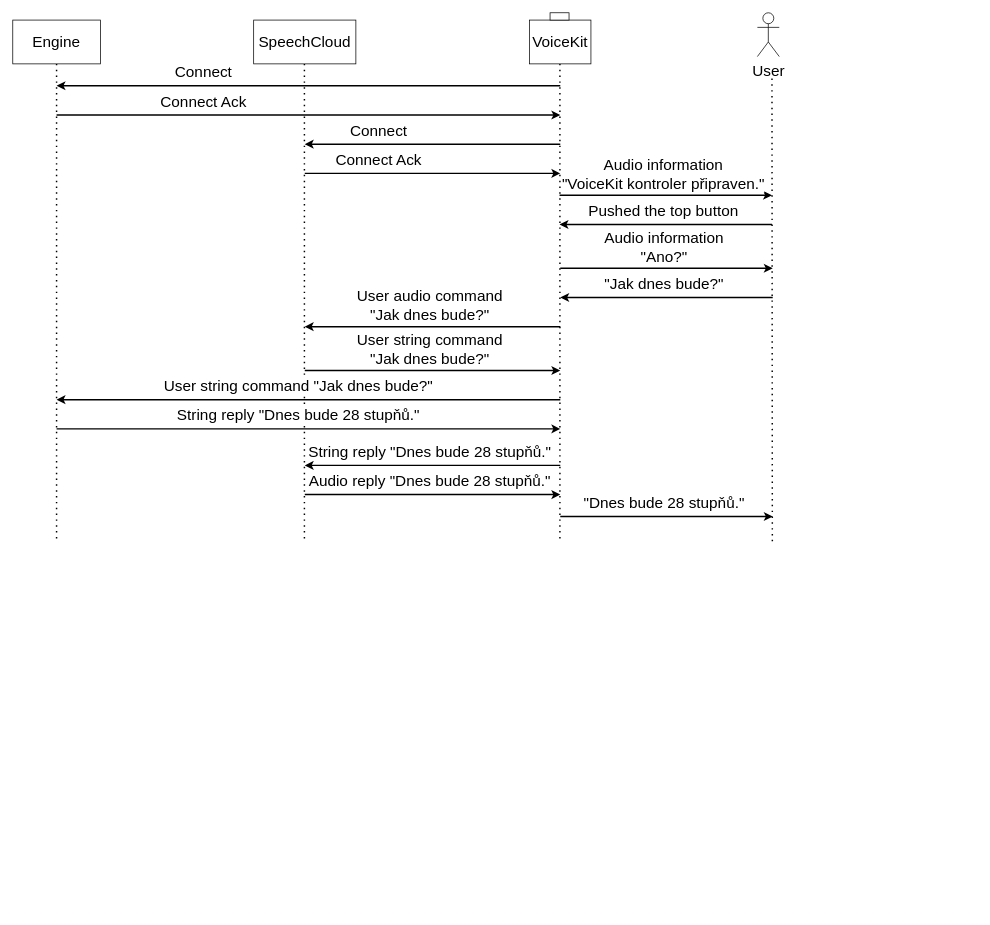
The draw.io diagram egs/voicehome/doc/thesis/img/message_flow.drawio in kitt10/iot, before the edit. Source tidied: cells renumbered, new cells numbered last; positions are measured from the earlier drawing's top-left corner, leaving out a move shared by most shapes. Both pictures are drawn from the tidied source at 73%, with x=0, y=0 at pixel (12, 12).
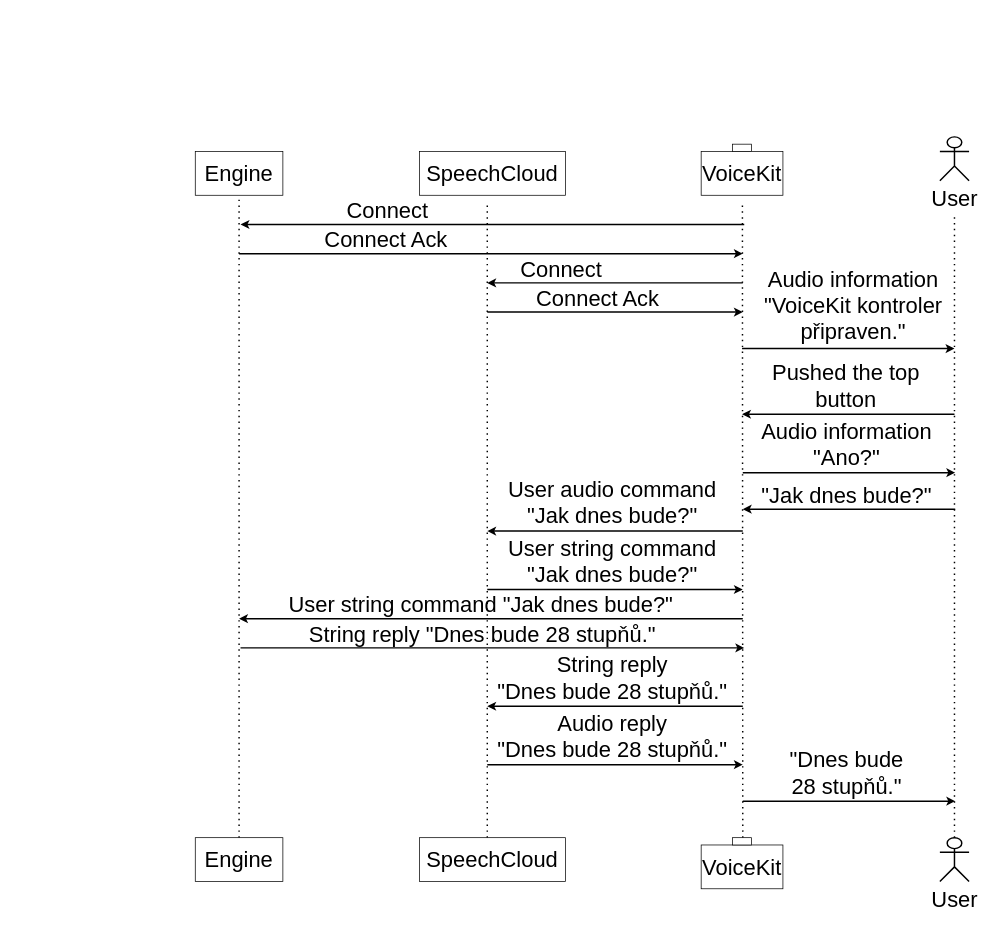
The same page after the edit.

The edit, as a diff of the source:
```diff
@@
-    <mxCell id="2" value="Engine" style="rounded=0;whiteSpace=wrap;html=1;fontSize=21;" parent="1" vertex="1">
-      <mxGeometry y="10" width="120" height="60" as="geometry" />
-    </mxCell>
-    <mxCell id="3" value="SpeechCloud" style="rounded=0;whiteSpace=wrap;html=1;fontSize=21;" parent="1" vertex="1">
-      <mxGeometry x="330" y="10" width="140" height="60" as="geometry" />
-    </mxCell>
-    <mxCell id="4" value="VoiceKit" style="rounded=0;whiteSpace=wrap;html=1;fontSize=21;" parent="1" vertex="1">
-      <mxGeometry x="708" y="10" width="84" height="60" as="geometry" />
-    </mxCell>
-    <mxCell id="5" value="User" style="shape=umlActor;verticalLabelPosition=bottom;verticalAlign=top;html=1;fontSize=21;" parent="1" vertex="1">
-      <mxGeometry x="1020" width="30" height="60" as="geometry" />
-    </mxCell>
-    <mxCell id="6" style="endArrow=none;dashed=1;html=1;dashPattern=1 3;strokeWidth=2;entryX=0.5;entryY=1;entryDx=0;entryDy=0;" parent="1" edge="1" target="2">
-      <mxGeometry relative="1" as="geometry">
-        <mxPoint x="60" y="720" as="sourcePoint" />
-      </mxGeometry>
-    </mxCell>
-    <mxCell id="7" style="endArrow=none;dashed=1;html=1;dashPattern=1 3;strokeWidth=2;entryX=0.5;entryY=1;entryDx=0;entryDy=0;" parent="1" edge="1">
-      <mxGeometry relative="1" as="geometry">
-        <mxPoint x="399.5" y="720" as="sourcePoint" />
-        <mxPoint x="399.5" y="70" as="targetPoint" />
-      </mxGeometry>
-    </mxCell>
-    <mxCell id="8" style="endArrow=none;dashed=1;html=1;dashPattern=1 3;strokeWidth=2;entryX=0.5;entryY=1;entryDx=0;entryDy=0;" parent="1" edge="1">
-      <mxGeometry relative="1" as="geometry">
-        <mxPoint x="749.5" y="720" as="sourcePoint" />
-        <mxPoint x="749.5" y="70" as="targetPoint" />
-      </mxGeometry>
-    </mxCell>
-    <mxCell id="9" style="endArrow=none;dashed=1;html=1;dashPattern=1 3;strokeWidth=2;entryX=0.5;entryY=1;entryDx=0;entryDy=0;" parent="1" edge="1">
-      <mxGeometry relative="1" as="geometry">
-        <mxPoint x="1040.5" y="724" as="sourcePoint" />
-        <mxPoint x="1040" y="90" as="targetPoint" />
-      </mxGeometry>
-    </mxCell>
-    <mxCell id="10" style="rounded=0;whiteSpace=wrap;html=1;fontSize=21;" parent="1" vertex="1">
-      <mxGeometry x="736" width="26" height="10" as="geometry" />
-    </mxCell>
-    <mxCell id="11" style="endArrow=classic;html=1;fontSize=21;strokeWidth=2;" parent="1" edge="1">
-      <mxGeometry relative="1" as="geometry">
-        <mxPoint x="750" y="100" as="sourcePoint" />
-        <mxPoint x="60" y="100" as="targetPoint" />
-      </mxGeometry>
-    </mxCell>
-    <mxCell id="12" value="Connect" style="edgeLabel;html=1;align=center;verticalAlign=middle;fontSize=21;" parent="11" vertex="1">
-      <mxGeometry x="0.43" relative="1" as="geometry">
-        <mxPoint x="3" y="-20" as="offset" />
-      </mxGeometry>
-    </mxCell>
-    <mxCell id="13" style="endArrow=classic;html=1;fontSize=21;strokeWidth=2;" parent="1" edge="1">
-      <mxGeometry relative="1" as="geometry">
-        <mxPoint x="60" y="140" as="sourcePoint" />
-        <mxPoint x="750" y="140" as="targetPoint" />
-      </mxGeometry>
-    </mxCell>
-    <mxCell id="14" value="Connect Ack" style="edgeLabel;html=1;align=center;verticalAlign=middle;fontSize=21;" parent="13" vertex="1">
-      <mxGeometry x="0.43" relative="1" as="geometry">
-        <mxPoint x="-293" y="-20" as="offset" />
-      </mxGeometry>
-    </mxCell>
-    <mxCell id="15" style="endArrow=classic;html=1;fontSize=21;strokeWidth=2;" parent="1" edge="1">
-      <mxGeometry relative="1" as="geometry">
-        <mxPoint x="750" y="180" as="sourcePoint" />
-        <mxPoint x="400" y="180" as="targetPoint" />
-      </mxGeometry>
-    </mxCell>
-    <mxCell id="16" value="Connect" style="edgeLabel;html=1;align=center;verticalAlign=middle;fontSize=21;" parent="15" vertex="1">
-      <mxGeometry x="0.43" relative="1" as="geometry">
-        <mxPoint y="-20" as="offset" />
-      </mxGeometry>
-    </mxCell>
-    <mxCell id="17" style="endArrow=classic;html=1;fontSize=21;strokeWidth=2;" parent="1" edge="1">
-      <mxGeometry relative="1" as="geometry">
-        <mxPoint x="400" y="220" as="sourcePoint" />
-        <mxPoint x="750" y="220" as="targetPoint" />
-      </mxGeometry>
-    </mxCell>
-    <mxCell id="18" value="Connect Ack" style="edgeLabel;html=1;align=center;verticalAlign=middle;fontSize=21;" parent="17" vertex="1">
-      <mxGeometry x="0.43" relative="1" as="geometry">
-        <mxPoint x="-150" y="-20" as="offset" />
-      </mxGeometry>
-    </mxCell>
-    <mxCell id="19" style="endArrow=classic;html=1;fontSize=21;strokeWidth=2;" parent="1" edge="1">
-      <mxGeometry relative="1" as="geometry">
-        <mxPoint x="749" y="250" as="sourcePoint" />
-        <mxPoint x="1040" y="250" as="targetPoint" />
-      </mxGeometry>
-    </mxCell>
+    <mxCell id="41" value="Engine" style="rounded=0;whiteSpace=wrap;html=1;fontSize=30;" parent="1" vertex="1">
+      <mxGeometry x="250" y="190" width="120" height="60" as="geometry" />
+    </mxCell>
+    <mxCell id="42" value="SpeechCloud" style="rounded=0;whiteSpace=wrap;html=1;fontSize=30;" parent="1" vertex="1">
+      <mxGeometry x="557" y="190" width="200" height="60" as="geometry" />
+    </mxCell>
+    <mxCell id="43" value="VoiceKit" style="rounded=0;whiteSpace=wrap;html=1;fontSize=30;" parent="1" vertex="1">
+      <mxGeometry x="943" y="190" width="112" height="60" as="geometry" />
+    </mxCell>
+    <mxCell id="44" value="User" style="shape=umlActor;verticalLabelPosition=bottom;verticalAlign=top;html=1;fontSize=30;strokeWidth=2;" parent="1" vertex="1">
+      <mxGeometry x="1270" y="170" width="40" height="60" as="geometry" />
+    </mxCell>
+    <mxCell id="45" style="endArrow=none;dashed=1;html=1;dashPattern=1 3;strokeWidth=2;entryX=0.5;entryY=1;entryDx=0;entryDy=0;fontSize=30;" parent="1" edge="1" target="41">
+      <mxGeometry relative="1" as="geometry">
+        <mxPoint x="310" y="1130" as="sourcePoint" />
+      </mxGeometry>
+    </mxCell>
+    <mxCell id="46" style="endArrow=none;dashed=1;html=1;dashPattern=1 3;strokeWidth=2;fontSize=30;" parent="1" edge="1">
+      <mxGeometry relative="1" as="geometry">
+        <mxPoint x="650" y="1130" as="sourcePoint" />
+        <mxPoint x="650" y="260" as="targetPoint" />
+      </mxGeometry>
+    </mxCell>
+    <mxCell id="47" style="endArrow=none;dashed=1;html=1;dashPattern=1 3;strokeWidth=2;entryX=0.5;entryY=1;entryDx=0;entryDy=0;fontSize=30;" parent="1" edge="1">
+      <mxGeometry relative="1" as="geometry">
+        <mxPoint x="1000" y="1130" as="sourcePoint" />
+        <mxPoint x="999.5" y="260" as="targetPoint" />
+      </mxGeometry>
+    </mxCell>
+    <mxCell id="48" style="endArrow=none;dashed=1;html=1;dashPattern=1 3;strokeWidth=2;entryX=0.5;entryY=1;entryDx=0;entryDy=0;fontSize=30;" parent="1" edge="1">
+      <mxGeometry relative="1" as="geometry">
+        <mxPoint x="1290" y="1130" as="sourcePoint" />
+        <mxPoint x="1290" y="280" as="targetPoint" />
+      </mxGeometry>
+    </mxCell>
+    <mxCell id="49" style="rounded=0;whiteSpace=wrap;html=1;fontSize=30;" parent="1" vertex="1">
+      <mxGeometry x="986" y="180" width="26" height="10" as="geometry" />
+    </mxCell>
+    <mxCell id="50" style="endArrow=classic;html=1;fontSize=30;strokeWidth=2;labelBackgroundColor=none;" parent="1" edge="1">
+      <mxGeometry relative="1" as="geometry">
+        <mxPoint x="1002" y="290" as="sourcePoint" />
+        <mxPoint x="312" y="290" as="targetPoint" />
+      </mxGeometry>
+    </mxCell>
+    <mxCell id="51" value="Connect" style="edgeLabel;html=1;align=center;verticalAlign=middle;fontSize=30;labelBackgroundColor=none;" parent="50" vertex="1">
+      <mxGeometry x="0.43" relative="1" as="geometry">
+        <mxPoint x="3" y="-20" as="offset" />
+      </mxGeometry>
+    </mxCell>
+    <mxCell id="52" style="endArrow=classic;html=1;fontSize=30;strokeWidth=2;labelBackgroundColor=none;" parent="1" edge="1">
+      <mxGeometry relative="1" as="geometry">
+        <mxPoint x="310" y="330" as="sourcePoint" />
+        <mxPoint x="1000" y="330" as="targetPoint" />
+      </mxGeometry>
+    </mxCell>
+    <mxCell id="53" value="Connect Ack" style="edgeLabel;html=1;align=center;verticalAlign=middle;fontSize=30;labelBackgroundColor=none;" parent="52" vertex="1">
+      <mxGeometry x="0.43" relative="1" as="geometry">
+        <mxPoint x="-293" y="-20" as="offset" />
+      </mxGeometry>
+    </mxCell>
+    <mxCell id="54" style="endArrow=classic;html=1;fontSize=30;strokeWidth=2;labelBackgroundColor=none;" parent="1" edge="1">
+      <mxGeometry relative="1" as="geometry">
+        <mxPoint x="1000" y="370" as="sourcePoint" />
+        <mxPoint x="650" y="370" as="targetPoint" />
+      </mxGeometry>
+    </mxCell>
+    <mxCell id="55" value="Connect" style="edgeLabel;html=1;align=center;verticalAlign=middle;fontSize=30;labelBackgroundColor=none;" parent="54" vertex="1">
+      <mxGeometry x="0.43" relative="1" as="geometry">
+        <mxPoint y="-20" as="offset" />
+      </mxGeometry>
+    </mxCell>
+    <mxCell id="56" style="endArrow=classic;html=1;fontSize=30;strokeWidth=2;labelBackgroundColor=none;" parent="1" edge="1">
+      <mxGeometry relative="1" as="geometry">
+        <mxPoint x="650" y="410" as="sourcePoint" />
+        <mxPoint x="1000" y="410" as="targetPoint" />
+      </mxGeometry>
+    </mxCell>
+    <mxCell id="57" value="Connect Ack" style="edgeLabel;html=1;align=center;verticalAlign=middle;fontSize=30;labelBackgroundColor=none;" parent="56" vertex="1">
+      <mxGeometry x="0.43" relative="1" as="geometry">
+        <mxPoint x="-100" y="-20" as="offset" />
+      </mxGeometry>
+    </mxCell>
+    <mxCell id="58" style="endArrow=classic;html=1;fontSize=30;strokeWidth=2;labelBackgroundColor=none;" parent="1" edge="1">
+      <mxGeometry relative="1" as="geometry">
+        <mxPoint x="999" y="460" as="sourcePoint" />
+        <mxPoint x="1290" y="460" as="targetPoint" />
+      </mxGeometry>
+    </mxCell>
-    <mxCell id="20" value="Audio information&lt;br&gt;&quot;VoiceKit kontroler připraven.&quot;" style="edgeLabel;html=1;align=center;verticalAlign=middle;fontSize=21;" parent="19" vertex="1">
+    <mxCell id="20" value="Audio information&lt;br style=&quot;font-size: 30px&quot;&gt;&quot;VoiceKit kontroler &lt;br&gt;připraven.&quot;" style="edgeLabel;html=1;align=center;verticalAlign=middle;fontSize=30;labelBackgroundColor=none;" parent="58" vertex="1">
       <mxGeometry x="0.43" relative="1" as="geometry">
-        <mxPoint x="-67" y="-30" as="offset" />
+        <mxPoint x="-57" y="-60" as="offset" />
       </mxGeometry>
     </mxCell>
-    <mxCell id="21" style="endArrow=classic;html=1;fontSize=21;strokeWidth=2;" parent="1" edge="1">
-      <mxGeometry relative="1" as="geometry">
-        <mxPoint x="1040" y="290" as="sourcePoint" />
-        <mxPoint x="749" y="290" as="targetPoint" />
-      </mxGeometry>
-    </mxCell>
+    <mxCell id="59" style="endArrow=classic;html=1;fontSize=30;strokeWidth=2;labelBackgroundColor=none;" parent="1" edge="1">
+      <mxGeometry relative="1" as="geometry">
+        <mxPoint x="1290" y="550" as="sourcePoint" />
+        <mxPoint x="999" y="550" as="targetPoint" />
+      </mxGeometry>
+    </mxCell>
-    <mxCell id="22" value="Pushed the top button" style="edgeLabel;html=1;align=center;verticalAlign=middle;fontSize=21;" parent="21" vertex="1">
+    <mxCell id="22" value="Pushed the top&lt;br&gt;button" style="edgeLabel;html=1;align=center;verticalAlign=middle;fontSize=30;labelBackgroundColor=none;" parent="59" vertex="1">
       <mxGeometry x="0.43" relative="1" as="geometry">
-        <mxPoint x="58" y="-20" as="offset" />
+        <mxPoint x="58" y="-40" as="offset" />
       </mxGeometry>
     </mxCell>
-    <mxCell id="23" style="endArrow=classic;html=1;fontSize=21;strokeWidth=2;" parent="1" edge="1">
-      <mxGeometry relative="1" as="geometry">
-        <mxPoint x="750" y="350" as="sourcePoint" />
-        <mxPoint x="1041" y="350" as="targetPoint" />
-      </mxGeometry>
-    </mxCell>
+    <mxCell id="60" style="endArrow=classic;html=1;fontSize=30;strokeWidth=2;labelBackgroundColor=none;" parent="1" edge="1">
+      <mxGeometry relative="1" as="geometry">
+        <mxPoint x="1000" y="630" as="sourcePoint" />
+        <mxPoint x="1291" y="630" as="targetPoint" />
+      </mxGeometry>
+    </mxCell>
-    <mxCell id="24" value="Audio information&lt;br&gt;&quot;Ano?&quot;" style="edgeLabel;html=1;align=center;verticalAlign=middle;fontSize=21;" parent="23" vertex="1">
+    <mxCell id="24" value="Audio information&lt;br style=&quot;font-size: 30px;&quot;&gt;&quot;Ano?&quot;" style="edgeLabel;html=1;align=center;verticalAlign=middle;fontSize=30;labelBackgroundColor=none;" parent="60" vertex="1">
       <mxGeometry x="0.43" relative="1" as="geometry">
-        <mxPoint x="-67" y="-30" as="offset" />
+        <mxPoint x="-67" y="-40" as="offset" />
       </mxGeometry>
     </mxCell>
-    <mxCell id="25" style="endArrow=classic;html=1;fontSize=21;strokeWidth=2;" parent="1" edge="1">
-      <mxGeometry relative="1" as="geometry">
-        <mxPoint x="1041" y="390" as="sourcePoint" />
-        <mxPoint x="750" y="390" as="targetPoint" />
-      </mxGeometry>
-    </mxCell>
+    <mxCell id="61" style="endArrow=classic;html=1;fontSize=30;strokeWidth=2;labelBackgroundColor=none;" parent="1" edge="1">
+      <mxGeometry relative="1" as="geometry">
+        <mxPoint x="1291" y="680" as="sourcePoint" />
+        <mxPoint x="1000" y="680" as="targetPoint" />
+      </mxGeometry>
+    </mxCell>
-    <mxCell id="26" value="&quot;Jak dnes bude?&quot;" style="edgeLabel;html=1;align=center;verticalAlign=middle;fontSize=21;" parent="25" vertex="1">
+    <mxCell id="26" value="&quot;Jak dnes bude?&quot;" style="edgeLabel;html=1;align=center;verticalAlign=middle;fontSize=30;labelBackgroundColor=none;" parent="61" vertex="1">
       <mxGeometry x="0.43" relative="1" as="geometry">
         <mxPoint x="58" y="-20" as="offset" />
       </mxGeometry>
     </mxCell>
-    <mxCell id="27" style="endArrow=classic;html=1;fontSize=21;strokeWidth=2;" parent="1" edge="1">
-      <mxGeometry relative="1" as="geometry">
-        <mxPoint x="750" y="430" as="sourcePoint" />
-        <mxPoint x="400" y="430" as="targetPoint" />
-      </mxGeometry>
-    </mxCell>
+    <mxCell id="62" style="endArrow=classic;html=1;fontSize=30;strokeWidth=2;labelBackgroundColor=none;" parent="1" edge="1">
+      <mxGeometry relative="1" as="geometry">
+        <mxPoint x="1000" y="710" as="sourcePoint" />
+        <mxPoint x="650" y="710" as="targetPoint" />
+      </mxGeometry>
+    </mxCell>
-    <mxCell id="28" value="User audio command &lt;br&gt;&quot;Jak dnes bude?&quot;" style="edgeLabel;html=1;align=center;verticalAlign=middle;fontSize=21;" parent="27" vertex="1">
+    <mxCell id="28" value="User audio command &lt;br style=&quot;font-size: 30px;&quot;&gt;&quot;Jak dnes bude?&quot;" style="edgeLabel;html=1;align=center;verticalAlign=middle;fontSize=30;labelBackgroundColor=none;" parent="62" vertex="1">
       <mxGeometry x="0.43" relative="1" as="geometry">
-        <mxPoint x="70" y="-30" as="offset" />
+        <mxPoint x="70" y="-40" as="offset" />
       </mxGeometry>
     </mxCell>
-    <mxCell id="29" style="endArrow=classic;html=1;fontSize=21;strokeWidth=2;" parent="1" edge="1">
-      <mxGeometry relative="1" as="geometry">
-        <mxPoint x="400" y="490" as="sourcePoint" />
-        <mxPoint x="750" y="490" as="targetPoint" />
-      </mxGeometry>
-    </mxCell>
-    <mxCell id="30" value="User string command &lt;br&gt;&quot;Jak dnes bude?&quot;" style="edgeLabel;html=1;align=center;verticalAlign=middle;fontSize=21;" parent="29" vertex="1">
-      <mxGeometry x="0.43" relative="1" as="geometry">
-        <mxPoint x="-80" y="-30" as="offset" />
-      </mxGeometry>
-    </mxCell>
-    <mxCell id="31" style="endArrow=classic;html=1;fontSize=21;strokeWidth=2;" parent="1" edge="1">
-      <mxGeometry relative="1" as="geometry">
-        <mxPoint x="750" y="530" as="sourcePoint" />
-        <mxPoint x="60" y="530" as="targetPoint" />
-      </mxGeometry>
-    </mxCell>
-    <mxCell id="32" value="User string command &quot;Jak dnes bude?&quot;" style="edgeLabel;html=1;align=center;verticalAlign=middle;fontSize=21;" parent="31" vertex="1">
-      <mxGeometry x="0.43" relative="1" as="geometry">
-        <mxPoint x="133" y="-20" as="offset" />
-      </mxGeometry>
-    </mxCell>
-    <mxCell id="33" style="endArrow=classic;html=1;fontSize=21;strokeWidth=2;" parent="1" edge="1">
-      <mxGeometry relative="1" as="geometry">
-        <mxPoint x="60" y="570" as="sourcePoint" />
-        <mxPoint x="750" y="570" as="targetPoint" />
-      </mxGeometry>
-    </mxCell>
-    <mxCell id="34" value="String reply &quot;Dnes bude 28 stupňů.&quot;" style="edgeLabel;html=1;align=center;verticalAlign=middle;fontSize=21;" parent="33" vertex="1">
-      <mxGeometry x="0.43" relative="1" as="geometry">
-        <mxPoint x="-163" y="-20" as="offset" />
-      </mxGeometry>
-    </mxCell>
-    <mxCell id="35" style="endArrow=classic;html=1;fontSize=21;strokeWidth=2;" parent="1" edge="1">
-      <mxGeometry relative="1" as="geometry">
-        <mxPoint x="750" y="620" as="sourcePoint" />
-        <mxPoint x="400" y="620" as="targetPoint" />
-      </mxGeometry>
-    </mxCell>
-    <mxCell id="36" value="String reply &quot;Dnes bude 28 stupňů.&quot;" style="edgeLabel;html=1;align=center;verticalAlign=middle;fontSize=21;" parent="35" vertex="1">
-      <mxGeometry x="0.43" relative="1" as="geometry">
-        <mxPoint x="70" y="-20" as="offset" />
-      </mxGeometry>
-    </mxCell>
-    <mxCell id="37" style="endArrow=classic;html=1;fontSize=21;strokeWidth=2;" parent="1" edge="1">
-      <mxGeometry relative="1" as="geometry">
-        <mxPoint x="400" y="660" as="sourcePoint" />
-        <mxPoint x="750" y="660" as="targetPoint" />
-      </mxGeometry>
-    </mxCell>
+    <mxCell id="63" style="endArrow=classic;html=1;fontSize=30;strokeWidth=2;labelBackgroundColor=none;" parent="1" edge="1">
+      <mxGeometry relative="1" as="geometry">
+        <mxPoint x="650" y="790" as="sourcePoint" />
+        <mxPoint x="1000" y="790" as="targetPoint" />
+      </mxGeometry>
+    </mxCell>
+    <mxCell id="64" value="User string command &lt;br style=&quot;font-size: 30px;&quot;&gt;&quot;Jak dnes bude?&quot;" style="edgeLabel;html=1;align=center;verticalAlign=middle;fontSize=30;labelBackgroundColor=none;" parent="63" vertex="1">
+      <mxGeometry x="0.43" relative="1" as="geometry">
+        <mxPoint x="-80" y="-40" as="offset" />
+      </mxGeometry>
+    </mxCell>
+    <mxCell id="65" style="endArrow=classic;html=1;fontSize=30;strokeWidth=2;labelBackgroundColor=none;" parent="1" edge="1">
+      <mxGeometry relative="1" as="geometry">
+        <mxPoint x="1000" y="830" as="sourcePoint" />
+        <mxPoint x="310" y="830" as="targetPoint" />
+      </mxGeometry>
+    </mxCell>
+    <mxCell id="66" value="User string command &quot;Jak dnes bude?&quot;" style="edgeLabel;html=1;align=center;verticalAlign=middle;fontSize=30;labelBackgroundColor=none;" parent="65" vertex="1">
+      <mxGeometry x="0.43" relative="1" as="geometry">
+        <mxPoint x="133" y="-20" as="offset" />
+      </mxGeometry>
+    </mxCell>
+    <mxCell id="67" style="endArrow=classic;html=1;fontSize=30;strokeWidth=2;labelBackgroundColor=none;" parent="1" edge="1">
+      <mxGeometry relative="1" as="geometry">
+        <mxPoint x="312" y="870" as="sourcePoint" />
+        <mxPoint x="1002" y="870" as="targetPoint" />
+      </mxGeometry>
+    </mxCell>
+    <mxCell id="68" value="String reply &quot;Dnes bude 28 stupňů.&quot;" style="edgeLabel;html=1;align=center;verticalAlign=middle;fontSize=30;labelBackgroundColor=none;" parent="67" vertex="1">
+      <mxGeometry x="0.43" relative="1" as="geometry">
+        <mxPoint x="-163" y="-20" as="offset" />
+      </mxGeometry>
+    </mxCell>
+    <mxCell id="69" style="endArrow=classic;html=1;fontSize=30;strokeWidth=2;labelBackgroundColor=none;" parent="1" edge="1">
+      <mxGeometry relative="1" as="geometry">
+        <mxPoint x="1000" y="950" as="sourcePoint" />
+        <mxPoint x="650" y="950" as="targetPoint" />
+      </mxGeometry>
+    </mxCell>
+    <mxCell id="70" value="String reply &lt;br&gt;&quot;Dnes bude 28 stupňů.&quot;" style="edgeLabel;html=1;align=center;verticalAlign=middle;fontSize=30;labelBackgroundColor=none;" parent="69" vertex="1">
+      <mxGeometry x="0.43" relative="1" as="geometry">
+        <mxPoint x="70" y="-40" as="offset" />
+      </mxGeometry>
+    </mxCell>
+    <mxCell id="71" style="endArrow=classic;html=1;fontSize=30;strokeWidth=2;labelBackgroundColor=none;" parent="1" edge="1">
+      <mxGeometry relative="1" as="geometry">
+        <mxPoint x="650" y="1030" as="sourcePoint" />
+        <mxPoint x="1000" y="1030" as="targetPoint" />
+      </mxGeometry>
+    </mxCell>
-    <mxCell id="38" value="Audio reply &quot;Dnes bude 28 stupňů.&quot;" style="edgeLabel;html=1;align=center;verticalAlign=middle;fontSize=21;" parent="37" vertex="1">
+    <mxCell id="38" value="Audio reply&lt;br&gt;&quot;Dnes bude 28 stupňů.&quot;" style="edgeLabel;html=1;align=center;verticalAlign=middle;fontSize=30;labelBackgroundColor=none;" parent="71" vertex="1">
       <mxGeometry x="0.43" relative="1" as="geometry">
-        <mxPoint x="-80" y="-20" as="offset" />
+        <mxPoint x="-80" y="-40" as="offset" />
       </mxGeometry>
     </mxCell>
-    <mxCell id="39" style="endArrow=classic;html=1;fontSize=21;strokeWidth=2;" parent="1" edge="1">
-      <mxGeometry relative="1" as="geometry">
-        <mxPoint x="750" y="690" as="sourcePoint" />
-        <mxPoint x="1041" y="690" as="targetPoint" />
-      </mxGeometry>
-    </mxCell>
+    <mxCell id="72" style="endArrow=classic;html=1;fontSize=30;strokeWidth=2;labelBackgroundColor=none;" parent="1" edge="1">
+      <mxGeometry relative="1" as="geometry">
+        <mxPoint x="1000" y="1080" as="sourcePoint" />
+        <mxPoint x="1291" y="1080" as="targetPoint" />
+      </mxGeometry>
+    </mxCell>
-    <mxCell id="40" value="&quot;Dnes bude 28 stupňů.&quot;" style="edgeLabel;html=1;align=center;verticalAlign=middle;fontSize=21;" parent="39" vertex="1">
+    <mxCell id="40" value="&quot;Dnes bude &lt;br&gt;28 stupňů.&quot;" style="edgeLabel;html=1;align=center;verticalAlign=middle;fontSize=30;labelBackgroundColor=none;" parent="72" vertex="1">
       <mxGeometry x="0.43" relative="1" as="geometry">
-        <mxPoint x="-67" y="-20" as="offset" />
+        <mxPoint x="-67" y="-40" as="offset" />
       </mxGeometry>
     </mxCell>
+    <mxCell id="73" value="Engine" style="rounded=0;whiteSpace=wrap;html=1;fontSize=30;" parent="1" vertex="1">
+      <mxGeometry x="250" y="1130" width="120" height="60" as="geometry" />
+    </mxCell>
+    <mxCell id="74" value="SpeechCloud" style="rounded=0;whiteSpace=wrap;html=1;fontSize=30;" parent="1" vertex="1">
+      <mxGeometry x="557" y="1130" width="200" height="60" as="geometry" />
+    </mxCell>
+    <mxCell id="75" value="VoiceKit" style="rounded=0;whiteSpace=wrap;html=1;fontSize=30;" parent="1" vertex="1">
+      <mxGeometry x="943" y="1140" width="112" height="60" as="geometry" />
+    </mxCell>
+    <mxCell id="76" value="User" style="shape=umlActor;verticalLabelPosition=bottom;verticalAlign=top;html=1;fontSize=30;strokeWidth=2;" parent="1" vertex="1">
+      <mxGeometry x="1270" y="1130" width="40" height="60" as="geometry" />
+    </mxCell>
+    <mxCell id="77" style="rounded=0;whiteSpace=wrap;html=1;fontSize=30;" parent="1" vertex="1">
+      <mxGeometry x="986" y="1130" width="26" height="10" as="geometry" />
+    </mxCell>
```
